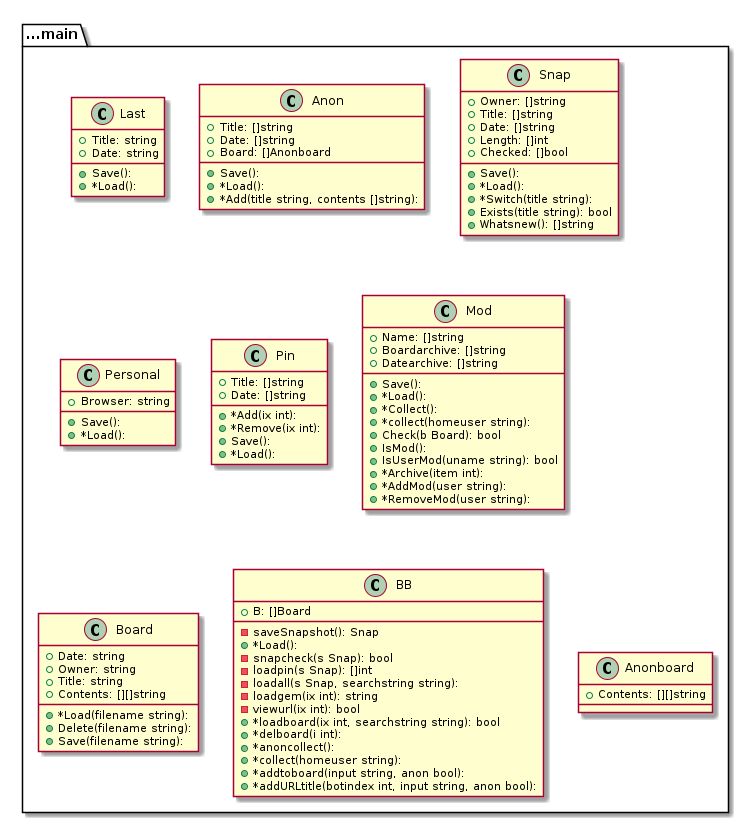
Before: graph.png, a diagram exported from PlantUML (tbal999/bb).
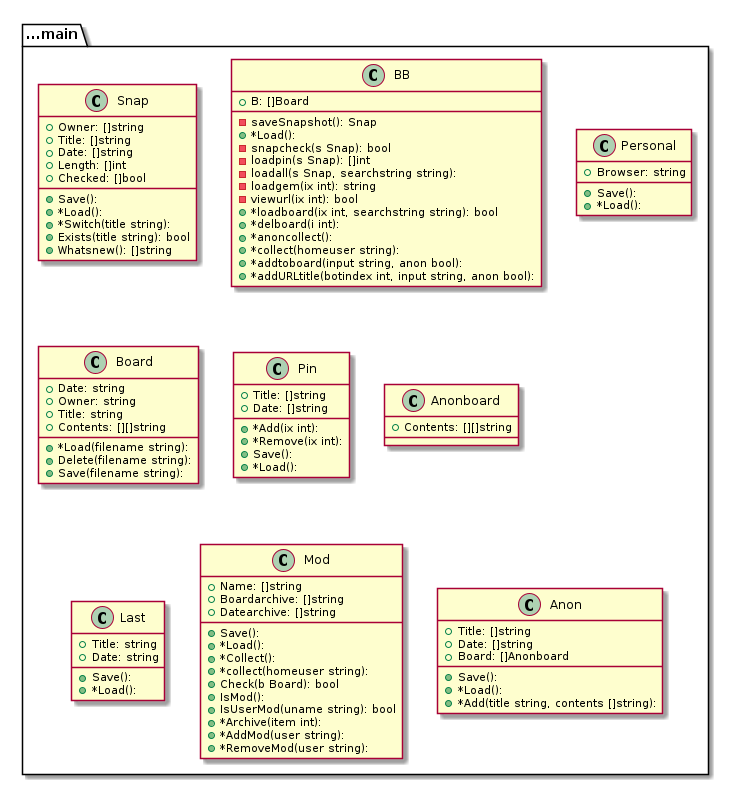
After the change.

The edit, as a diff of the source:
```diff
@@ -1,22 +1,4 @@
 @startuml
-package ...main{
-class Last {
-+Title: string
-+Date: string
-+Save():
-+*Load():
-}
-}
-package ...main{
-class Anon {
-+Title: []string
-+Date: []string
-+Board: []Anonboard
-+Save():
-+*Load():
-+*Add(title string, contents []string):
-}
-}
 package ...main{
 class Snap {
 +Owner: []string
@@ -32,10 +14,39 @@
 }
 }
 package ...main{
+class BB {
++B: []Board
+-saveSnapshot(): Snap
++*Load():
+-snapcheck(s Snap): bool
+-loadpin(s Snap): []int
+-loadall(s Snap, searchstring string):
+-loadgem(ix int): string
+-viewurl(ix int): bool
++*loadboard(ix int, searchstring string): bool
++*delboard(i int):
++*anoncollect():
++*collect(homeuser string):
++*addtoboard(input string, anon bool):
++*addURLtitle(botindex int, input string, anon bool):
+}
+}
+package ...main{
 class Personal {
 +Browser: string
 +Save():
 +*Load():
+}
+}
+package ...main{
+class Board {
++Date: string
++Owner: string
++Title: string
++Contents: [][]string
++*Load(filename string):
++Delete(filename string):
++Save(filename string):
 }
 }
 package ...main{
@@ -44,6 +55,20 @@
 +Date: []string
 +*Add(ix int):
 +*Remove(ix int):
++Save():
++*Load():
+}
+}
+package ...main{
+class Anonboard {
++Contents: [][]string
+
+}
+}
+package ...main{
+class Last {
++Title: string
++Date: string
 +Save():
 +*Load():
 }
@@ -66,38 +91,13 @@
 }
 }
 package ...main{
-class Board {
-+Date: string
-+Owner: string
-+Title: string
-+Contents: [][]string
-+*Load(filename string):
-+Delete(filename string):
-+Save(filename string):
-}
-}
-package ...main{
-class BB {
-+B: []Board
--saveSnapshot(): Snap
+class Anon {
++Title: []string
++Date: []string
++Board: []Anonboard
++Save():
 +*Load():
--snapcheck(s Snap): bool
--loadpin(s Snap): []int
--loadall(s Snap, searchstring string):
--loadgem(ix int): string
--viewurl(ix int): bool
-+*loadboard(ix int, searchstring string): bool
-+*delboard(i int):
-+*anoncollect():
-+*collect(homeuser string):
-+*addtoboard(input string, anon bool):
-+*addURLtitle(botindex int, input string, anon bool):
-}
-}
-package ...main{
-class Anonboard {
-+Contents: [][]string
-
++*Add(title string, contents []string):
 }
 }
 
```
